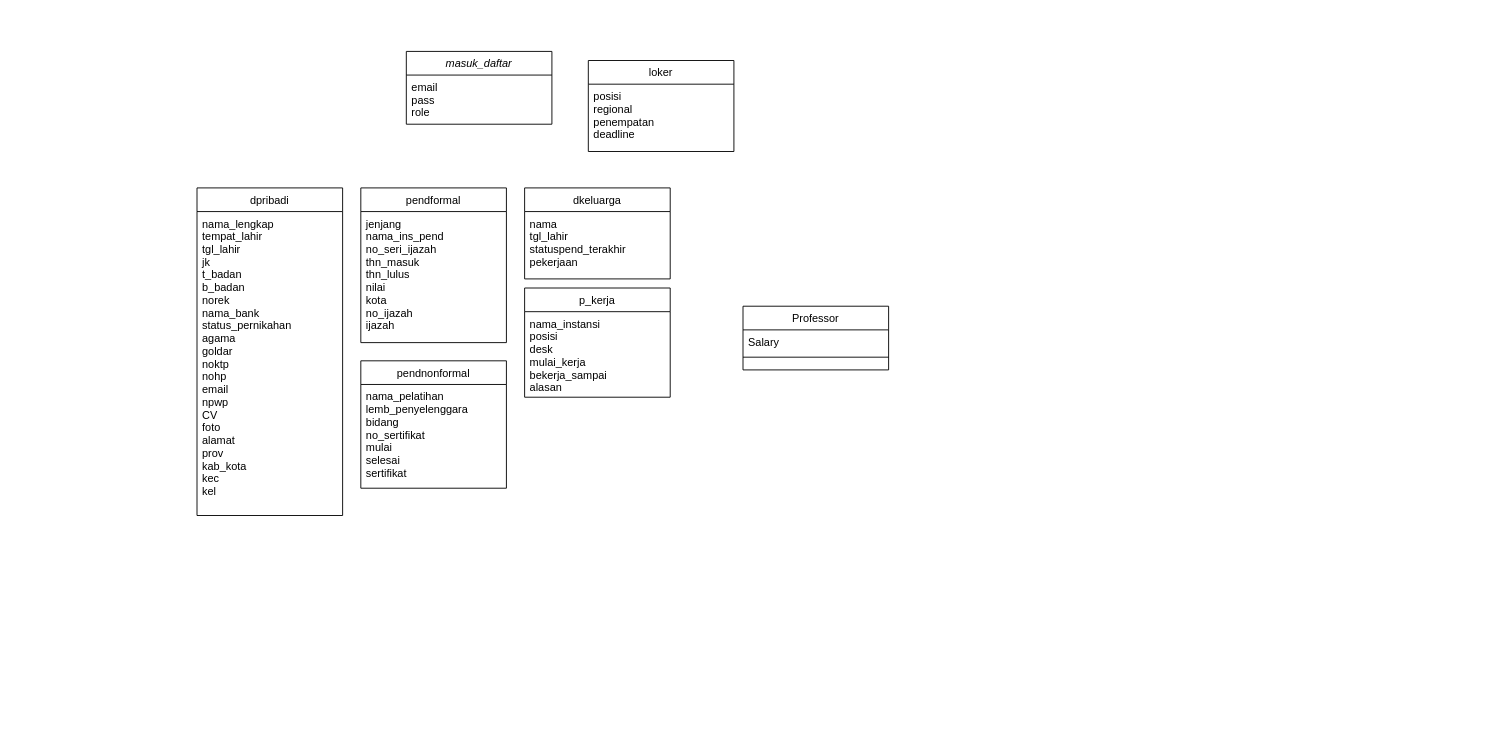
The draw.io diagram Diagram Tanpa Judul.drawio in nuraliahfj/PraktikumJavaProyek, before the edit. Source tidied: cells renumbered, new cells numbered last; positions are measured from the earlier drawing's top-left corner, leaving out a move shared by most shapes. Both pictures are drawn from the tidied source at 91%, with x=0, y=0 at pixel (197, 51).
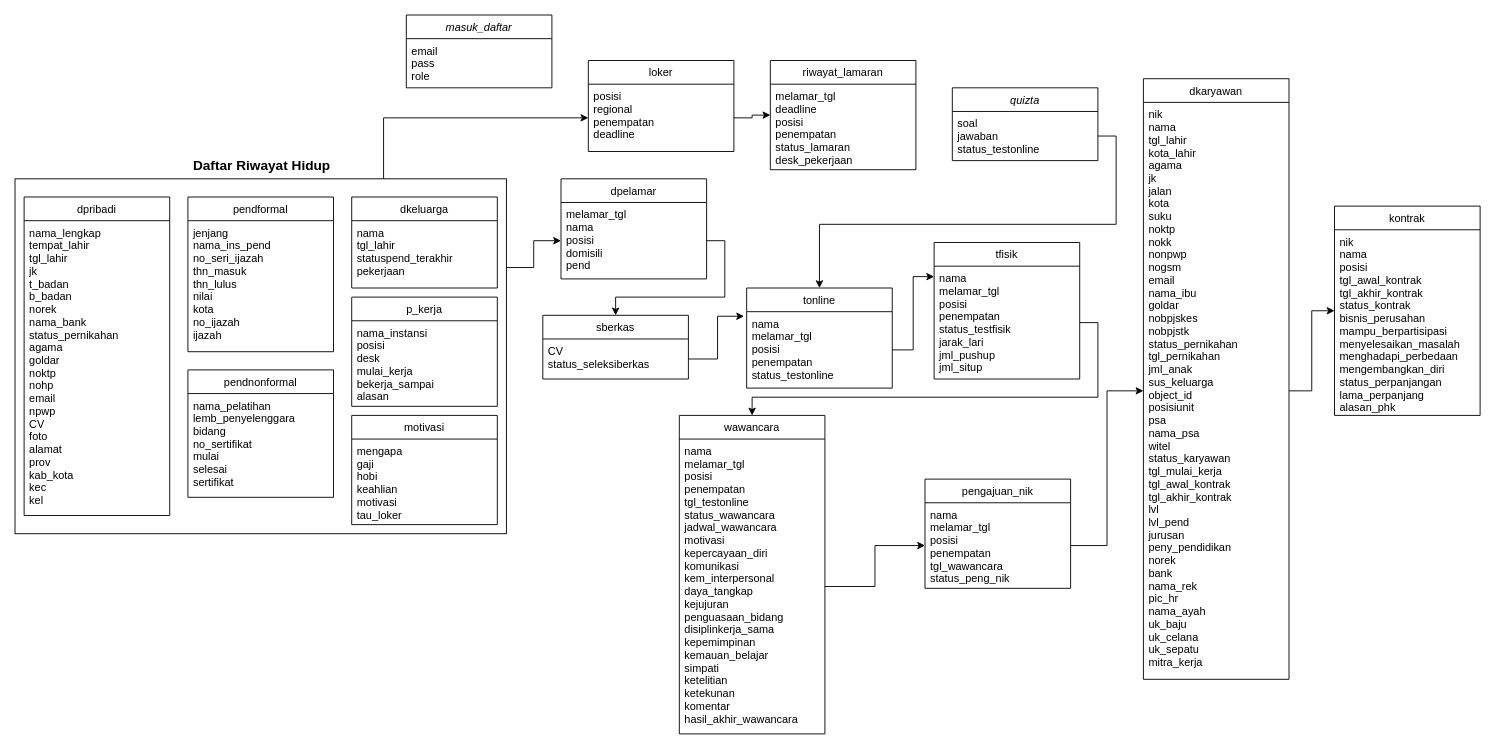
The same page after the edit.

Commit message:
t_relasi_bimb_skripsi

What changed in the source:
```diff
@@
     <mxCell id="2" value="masuk_daftar" style="swimlane;fontStyle=2;align=center;verticalAlign=top;horizontal=1;startSize=26;rounded=0;shadow=0;strokeWidth=1;" parent="1" vertex="1">
-      <mxGeometry x="230" width="160" height="80" as="geometry" />
+      <mxGeometry x="230" y="-40" width="160" height="80" as="geometry" />
     </mxCell>
@@
+    <mxCell id="9" value="loker" style="swimlane;fontStyle=0;align=center;verticalAlign=top;horizontal=1;startSize=26;rounded=0;shadow=0;strokeWidth=1;" parent="1" vertex="1">
+      <mxGeometry x="430" y="10" width="160" height="100" as="geometry" />
+    </mxCell>
+    <mxCell id="10" value="posisi&#10;regional&#10;penempatan&#10;deadline" style="text;align=left;verticalAlign=top;spacingLeft=4;spacingRight=4;overflow=hidden;points=[[0,0.5],[1,0.5]];portConstraint=eastwest;" parent="9" vertex="1">
+      <mxGeometry y="26" width="160" height="74" as="geometry" />
+    </mxCell>
+    <mxCell id="19" style="group;" parent="1" vertex="1">
+      <mxGeometry x="-200" y="110" width="540" height="500" as="geometry" />
+    </mxCell>
+    <mxCell id="20" style="group;" parent="19" vertex="1">
+      <mxGeometry y="30" width="540" height="470" as="geometry" />
+    </mxCell>
+    <mxCell id="21" style="rounded=0;whiteSpace=wrap;html=1;" parent="20" vertex="1">
+      <mxGeometry width="540" height="390" as="geometry" />
+    </mxCell>
-    <mxCell id="4" value="dpribadi" style="swimlane;fontStyle=0;align=center;verticalAlign=top;horizontal=1;startSize=26;rounded=0;shadow=0;strokeWidth=1;" parent="1" vertex="1">
-      <mxGeometry y="150" width="160" height="360" as="geometry" />
+    <mxCell id="4" value="dpribadi" style="swimlane;fontStyle=0;align=center;verticalAlign=top;horizontal=1;startSize=26;rounded=0;shadow=0;strokeWidth=1;" parent="20" vertex="1">
+      <mxGeometry x="10" y="20" width="160" height="350" as="geometry" />
     </mxCell>
@@
-    <mxCell id="6" value="Professor" style="swimlane;fontStyle=0;align=center;verticalAlign=top;horizontal=1;startSize=26;rounded=0;shadow=0;strokeWidth=1;" parent="1" vertex="1">
-      <mxGeometry x="600" y="280" width="160" height="70" as="geometry" />
-    </mxCell>
-    <mxCell id="7" value="Salary" style="text;align=left;verticalAlign=top;spacingLeft=4;spacingRight=4;overflow=hidden;" parent="6" vertex="1">
-      <mxGeometry y="26" width="160" height="26" as="geometry" />
-    </mxCell>
-    <mxCell id="8" style="line;html=1;strokeWidth=1;align=left;verticalAlign=middle;spacingTop=-1;spacingLeft=3;spacingRight=3;labelPosition=right;" parent="6" vertex="1">
-      <mxGeometry y="52" width="160" height="8" as="geometry" />
-    </mxCell>
-    <mxCell id="9" value="loker" style="swimlane;fontStyle=0;align=center;verticalAlign=top;horizontal=1;startSize=26;rounded=0;shadow=0;strokeWidth=1;" parent="1" vertex="1">
-      <mxGeometry x="430" y="10" width="160" height="100" as="geometry" />
-    </mxCell>
-    <mxCell id="10" value="posisi&#10;regional&#10;penempatan&#10;deadline" style="text;align=left;verticalAlign=top;spacingLeft=4;spacingRight=4;overflow=hidden;points=[[0,0.5],[1,0.5]];portConstraint=eastwest;" parent="9" vertex="1">
-      <mxGeometry y="26" width="160" height="74" as="geometry" />
-    </mxCell>
-    <mxCell id="11" value="pendformal" style="swimlane;fontStyle=0;align=center;verticalAlign=top;horizontal=1;startSize=26;rounded=0;shadow=0;strokeWidth=1;" parent="1" vertex="1">
-      <mxGeometry x="180" y="150" width="160" height="170" as="geometry" />
+    <mxCell id="11" value="pendformal" style="swimlane;fontStyle=0;align=center;verticalAlign=top;horizontal=1;startSize=26;rounded=0;shadow=0;strokeWidth=1;" parent="20" vertex="1">
+      <mxGeometry x="190" y="20" width="160" height="170" as="geometry" />
     </mxCell>
@@
-    <mxCell id="13" value="pendnonformal" style="swimlane;fontStyle=0;align=center;verticalAlign=top;horizontal=1;startSize=26;rounded=0;shadow=0;strokeWidth=1;" parent="1" vertex="1">
-      <mxGeometry x="180" y="340" width="160" height="140" as="geometry" />
+    <mxCell id="13" value="pendnonformal" style="swimlane;fontStyle=0;align=center;verticalAlign=top;horizontal=1;startSize=26;rounded=0;shadow=0;strokeWidth=1;" parent="20" vertex="1">
+      <mxGeometry x="190" y="210" width="160" height="140" as="geometry" />
     </mxCell>
@@
-    <mxCell id="15" value="dkeluarga" style="swimlane;fontStyle=0;align=center;verticalAlign=top;horizontal=1;startSize=26;rounded=0;shadow=0;strokeWidth=1;" parent="1" vertex="1">
-      <mxGeometry x="360" y="150" width="160" height="100" as="geometry" />
+    <mxCell id="15" value="dkeluarga" style="swimlane;fontStyle=0;align=center;verticalAlign=top;horizontal=1;startSize=26;rounded=0;shadow=0;strokeWidth=1;" parent="20" vertex="1">
+      <mxGeometry x="370" y="20" width="160" height="100" as="geometry" />
     </mxCell>
@@
-    <mxCell id="17" value="p_kerja" style="swimlane;fontStyle=0;align=center;verticalAlign=top;horizontal=1;startSize=26;rounded=0;shadow=0;strokeWidth=1;" parent="1" vertex="1">
-      <mxGeometry x="360" y="260" width="160" height="120" as="geometry" />
+    <mxCell id="17" value="p_kerja" style="swimlane;fontStyle=0;align=center;verticalAlign=top;horizontal=1;startSize=26;rounded=0;shadow=0;strokeWidth=1;" parent="20" vertex="1">
+      <mxGeometry x="370" y="130" width="160" height="120" as="geometry" />
     </mxCell>
@@
+    <mxCell id="22" value="motivasi" style="swimlane;fontStyle=0;align=center;verticalAlign=top;horizontal=1;startSize=26;rounded=0;shadow=0;strokeWidth=1;" parent="20" vertex="1">
+      <mxGeometry x="370" y="260" width="160" height="120" as="geometry" />
+    </mxCell>
+    <mxCell id="23" value="mengapa&#10;gaji&#10;hobi&#10;keahlian&#10;motivasi&#10;tau_loker" style="text;align=left;verticalAlign=top;spacingLeft=4;spacingRight=4;overflow=hidden;" parent="22" vertex="1">
+      <mxGeometry y="26" width="160" height="94" as="geometry" />
+    </mxCell>
+    <mxCell id="24" value="Daftar Riwayat Hidup" style="text;align=left;verticalAlign=top;spacingLeft=4;spacingRight=4;overflow=hidden;fontStyle=1;fontSize=15;" parent="19" vertex="1">
+      <mxGeometry x="190" width="160" height="26" as="geometry" />
+    </mxCell>
+    <mxCell id="25" value="riwayat_lamaran" style="swimlane;fontStyle=0;align=center;verticalAlign=top;horizontal=1;startSize=26;rounded=0;shadow=0;strokeWidth=1;" parent="1" vertex="1">
+      <mxGeometry x="630" y="10" width="160" height="120" as="geometry" />
+    </mxCell>
+    <mxCell id="26" value="melamar_tgl&#10;deadline&#10;posisi&#10;penempatan&#10;status_lamaran&#10;desk_pekerjaan" style="text;align=left;verticalAlign=top;spacingLeft=4;spacingRight=4;overflow=hidden;" parent="25" vertex="1">
+      <mxGeometry y="26" width="160" height="94" as="geometry" />
+    </mxCell>
+    <mxCell id="27" value="quizta" style="swimlane;fontStyle=2;align=center;verticalAlign=top;horizontal=1;startSize=26;rounded=0;shadow=0;strokeWidth=1;" parent="1" vertex="1">
+      <mxGeometry x="830" y="40" width="160" height="80" as="geometry" />
+    </mxCell>
+    <mxCell id="28" value="soal&#10;jawaban&#10;status_testonline" style="text;align=left;verticalAlign=top;spacingLeft=4;spacingRight=4;overflow=hidden;points=[[0,0.5],[1,0.5]];portConstraint=eastwest;" parent="27" vertex="1">
+      <mxGeometry y="26" width="160" height="54" as="geometry" />
+    </mxCell>
+    <mxCell id="29" value="dkaryawan" style="swimlane;fontStyle=0;align=center;verticalAlign=top;horizontal=1;startSize=26;rounded=0;shadow=0;strokeWidth=1;" parent="1" vertex="1">
+      <mxGeometry x="1040" y="30" width="160" height="660" as="geometry" />
+    </mxCell>
+    <mxCell id="30" value="nik&#10;nama&#10;tgl_lahir&#10;kota_lahir&#10;agama&#10;jk&#10;jalan&#10;kota&#10;suku&#10;noktp&#10;nokk&#10;nonpwp&#10;nogsm&#10;email&#10;nama_ibu&#10;goldar&#10;nobpjskes&#10;nobpjstk&#10;status_pernikahan&#10;tgl_pernikahan&#10;jml_anak&#10;sus_keluarga&#10;object_id&#10;posisiunit&#10;psa&#10;nama_psa&#10;witel&#10;status_karyawan&#10;tgl_mulai_kerja&#10;tgl_awal_kontrak&#10;tgl_akhir_kontrak&#10;lvl&#10;lvl_pend&#10;jurusan&#10;peny_pendidikan&#10;norek&#10;bank&#10;nama_rek&#10;pic_hr&#10;nama_ayah&#10;uk_baju&#10;uk_celana&#10;uk_sepatu&#10;mitra_kerja" style="text;align=left;verticalAlign=top;spacingLeft=4;spacingRight=4;overflow=hidden;points=[[0,0.5],[1,0.5]];portConstraint=eastwest;" parent="29" vertex="1">
+      <mxGeometry y="26" width="160" height="634" as="geometry" />
+    </mxCell>
+    <mxCell id="31" value="kontrak" style="swimlane;fontStyle=0;align=center;verticalAlign=top;horizontal=1;startSize=26;rounded=0;shadow=0;strokeWidth=1;" parent="1" vertex="1">
+      <mxGeometry x="1250" y="170" width="160" height="230" as="geometry" />
+    </mxCell>
+    <mxCell id="32" value="nik&#10;nama&#10;posisi&#10;tgl_awal_kontrak&#10;tgl_akhir_kontrak&#10;status_kontrak&#10;bisnis_perusahan&#10;mampu_berpartisipasi&#10;menyelesaikan_masalah&#10;menghadapi_perbedaan&#10;mengembangkan_diri&#10;status_perpanjangan&#10;lama_perpanjang&#10;alasan_phk" style="text;align=left;verticalAlign=top;spacingLeft=4;spacingRight=4;overflow=hidden;" parent="31" vertex="1">
+      <mxGeometry y="26" width="160" height="204" as="geometry" />
+    </mxCell>
+    <mxCell id="33" value="dpelamar" style="swimlane;fontStyle=0;align=center;verticalAlign=top;horizontal=1;startSize=26;rounded=0;shadow=0;strokeWidth=1;" parent="1" vertex="1">
+      <mxGeometry x="400" y="140" width="160" height="110" as="geometry" />
+    </mxCell>
+    <mxCell id="34" value="melamar_tgl&#10;nama&#10;posisi&#10;domisili&#10;pend" style="text;align=left;verticalAlign=top;spacingLeft=4;spacingRight=4;overflow=hidden;points=[[0,0.5],[1,0.5]];portConstraint=eastwest;" parent="33" vertex="1">
+      <mxGeometry y="26" width="160" height="84" as="geometry" />
+    </mxCell>
+    <mxCell id="35" value="sberkas" style="swimlane;fontStyle=0;align=center;verticalAlign=top;horizontal=1;startSize=26;rounded=0;shadow=0;strokeWidth=1;" parent="1" vertex="1">
+      <mxGeometry x="380" y="290" width="160" height="70" as="geometry" />
+    </mxCell>
+    <mxCell id="36" value="CV&#10;status_seleksiberkas" style="text;align=left;verticalAlign=top;spacingLeft=4;spacingRight=4;overflow=hidden;points=[[0,0.5],[1,0.5]];portConstraint=eastwest;" parent="35" vertex="1">
+      <mxGeometry y="26" width="160" height="44" as="geometry" />
+    </mxCell>
+    <mxCell id="37" value="tonline" style="swimlane;fontStyle=0;align=center;verticalAlign=top;horizontal=1;startSize=26;rounded=0;shadow=0;strokeWidth=1;" parent="1" vertex="1">
+      <mxGeometry x="604" y="260" width="160" height="110" as="geometry" />
+    </mxCell>
+    <mxCell id="38" value="nama&#10;melamar_tgl&#10;posisi&#10;penempatan&#10;status_testonline" style="text;align=left;verticalAlign=top;spacingLeft=4;spacingRight=4;overflow=hidden;points=[[0,0.5],[1,0.5]];portConstraint=eastwest;" parent="37" vertex="1">
+      <mxGeometry y="26" width="160" height="84" as="geometry" />
+    </mxCell>
+    <mxCell id="39" style="edgeStyle=orthogonalEdgeStyle;rounded=0;jettySize=auto;html=1;exitX=1;exitY=0.5;exitDx=0;exitDy=0;entryX=0;entryY=0.5;entryDx=0;entryDy=0;" parent="1" edge="1" source="10" target="25">
+      <mxGeometry relative="1" as="geometry" />
+    </mxCell>
+    <mxCell id="40" style="edgeStyle=orthogonalEdgeStyle;rounded=0;jettySize=auto;html=1;exitX=0.75;exitY=0;exitDx=0;exitDy=0;entryX=0;entryY=0.5;entryDx=0;entryDy=0;" parent="1" edge="1" source="21" target="10">
+      <mxGeometry relative="1" as="geometry" />
+    </mxCell>
+    <mxCell id="41" style="edgeStyle=orthogonalEdgeStyle;rounded=0;jettySize=auto;html=1;exitX=1;exitY=0.5;exitDx=0;exitDy=0;" parent="1" edge="1" source="34" target="35">
+      <mxGeometry relative="1" as="geometry" />
+    </mxCell>
+    <mxCell id="42" style="edgeStyle=orthogonalEdgeStyle;rounded=0;jettySize=auto;html=1;exitX=1;exitY=0.5;exitDx=0;exitDy=0;entryX=0.5;entryY=0;entryDx=0;entryDy=0;" parent="1" edge="1" source="28" target="37">
+      <mxGeometry relative="1" as="geometry" />
+    </mxCell>
+    <mxCell id="43" style="edgeStyle=orthogonalEdgeStyle;rounded=0;jettySize=auto;html=1;exitX=1;exitY=0.5;exitDx=0;exitDy=0;entryX=-0.018;entryY=0.06;entryDx=0;entryDy=0;entryPerimeter=0;" parent="1" edge="1" source="36" target="38">
+      <mxGeometry relative="1" as="geometry" />
+    </mxCell>
+    <mxCell id="44" value="tfisik" style="swimlane;fontStyle=0;align=center;verticalAlign=top;horizontal=1;startSize=26;rounded=0;shadow=0;strokeWidth=1;" parent="1" vertex="1">
+      <mxGeometry x="810" y="210" width="160" height="150" as="geometry" />
+    </mxCell>
+    <mxCell id="45" value="nama&#10;melamar_tgl&#10;posisi&#10;penempatan&#10;status_testfisik&#10;jarak_lari&#10;jml_pushup&#10;jml_situp" style="text;align=left;verticalAlign=top;spacingLeft=4;spacingRight=4;overflow=hidden;points=[[0,0.5],[1,0.5]];portConstraint=eastwest;" parent="44" vertex="1">
+      <mxGeometry y="26" width="160" height="124" as="geometry" />
+    </mxCell>
+    <mxCell id="46" style="edgeStyle=orthogonalEdgeStyle;rounded=0;jettySize=auto;html=1;exitX=1;exitY=0.5;exitDx=0;exitDy=0;entryX=0;entryY=0.25;entryDx=0;entryDy=0;" parent="1" edge="1" source="38" target="44">
+      <mxGeometry relative="1" as="geometry" />
+    </mxCell>
+    <mxCell id="47" value="wawancara" style="swimlane;fontStyle=0;align=center;verticalAlign=top;horizontal=1;startSize=26;rounded=0;shadow=0;strokeWidth=1;" parent="1" vertex="1">
+      <mxGeometry x="530" y="400" width="160" height="350" as="geometry" />
+    </mxCell>
+    <mxCell id="48" value="nama&#10;melamar_tgl&#10;posisi&#10;penempatan&#10;tgl_testonline&#10;status_wawancara&#10;jadwal_wawancara&#10;motivasi&#10;kepercayaan_diri&#10;komunikasi&#10;kem_interpersonal&#10;daya_tangkap&#10;kejujuran&#10;penguasaan_bidang&#10;disiplinkerja_sama&#10;kepemimpinan&#10;kemauan_belajar&#10;simpati&#10;ketelitian&#10;ketekunan&#10;komentar&#10;hasil_akhir_wawancara" style="text;align=left;verticalAlign=top;spacingLeft=4;spacingRight=4;overflow=hidden;points=[[0,0.5],[1,0.5]];portConstraint=eastwest;" parent="47" vertex="1">
+      <mxGeometry y="26" width="160" height="324" as="geometry" />
+    </mxCell>
+    <mxCell id="49" style="edgeStyle=orthogonalEdgeStyle;rounded=0;jettySize=auto;html=1;exitX=1;exitY=0.5;exitDx=0;exitDy=0;entryX=0.5;entryY=0;entryDx=0;entryDy=0;" parent="1" edge="1" source="45" target="47">
+      <mxGeometry relative="1" as="geometry" />
+    </mxCell>
+    <mxCell id="50" value="pengajuan_nik" style="swimlane;fontStyle=0;align=center;verticalAlign=top;horizontal=1;startSize=26;rounded=0;shadow=0;strokeWidth=1;" parent="1" vertex="1">
+      <mxGeometry x="800" y="470" width="160" height="120" as="geometry" />
+    </mxCell>
+    <mxCell id="51" value="nama&#10;melamar_tgl&#10;posisi&#10;penempatan&#10;tgl_wawancara&#10;status_peng_nik" style="text;align=left;verticalAlign=top;spacingLeft=4;spacingRight=4;overflow=hidden;points=[[0,0.5],[1,0.5]];portConstraint=eastwest;" parent="50" vertex="1">
+      <mxGeometry y="26" width="160" height="94" as="geometry" />
+    </mxCell>
+    <mxCell id="52" style="edgeStyle=orthogonalEdgeStyle;rounded=0;jettySize=auto;html=1;exitX=1;exitY=0.5;exitDx=0;exitDy=0;entryX=0;entryY=0.5;entryDx=0;entryDy=0;" parent="1" edge="1" source="48" target="51">
+      <mxGeometry relative="1" as="geometry" />
+    </mxCell>
+    <mxCell id="53" style="edgeStyle=orthogonalEdgeStyle;rounded=0;jettySize=auto;html=1;exitX=1;exitY=0.5;exitDx=0;exitDy=0;entryX=0;entryY=0.5;entryDx=0;entryDy=0;" parent="1" edge="1" source="51" target="30">
+      <mxGeometry relative="1" as="geometry" />
+    </mxCell>
+    <mxCell id="54" style="edgeStyle=orthogonalEdgeStyle;rounded=0;jettySize=auto;html=1;exitX=1;exitY=0.5;exitDx=0;exitDy=0;entryX=0;entryY=0.5;entryDx=0;entryDy=0;" parent="1" edge="1" source="30" target="31">
+      <mxGeometry relative="1" as="geometry" />
+    </mxCell>
+    <mxCell id="55" style="edgeStyle=orthogonalEdgeStyle;rounded=0;jettySize=auto;html=1;exitX=1;exitY=0.25;exitDx=0;exitDy=0;entryX=0;entryY=0.5;entryDx=0;entryDy=0;" parent="1" edge="1" source="21" target="34">
+      <mxGeometry relative="1" as="geometry" />
+    </mxCell>
```
